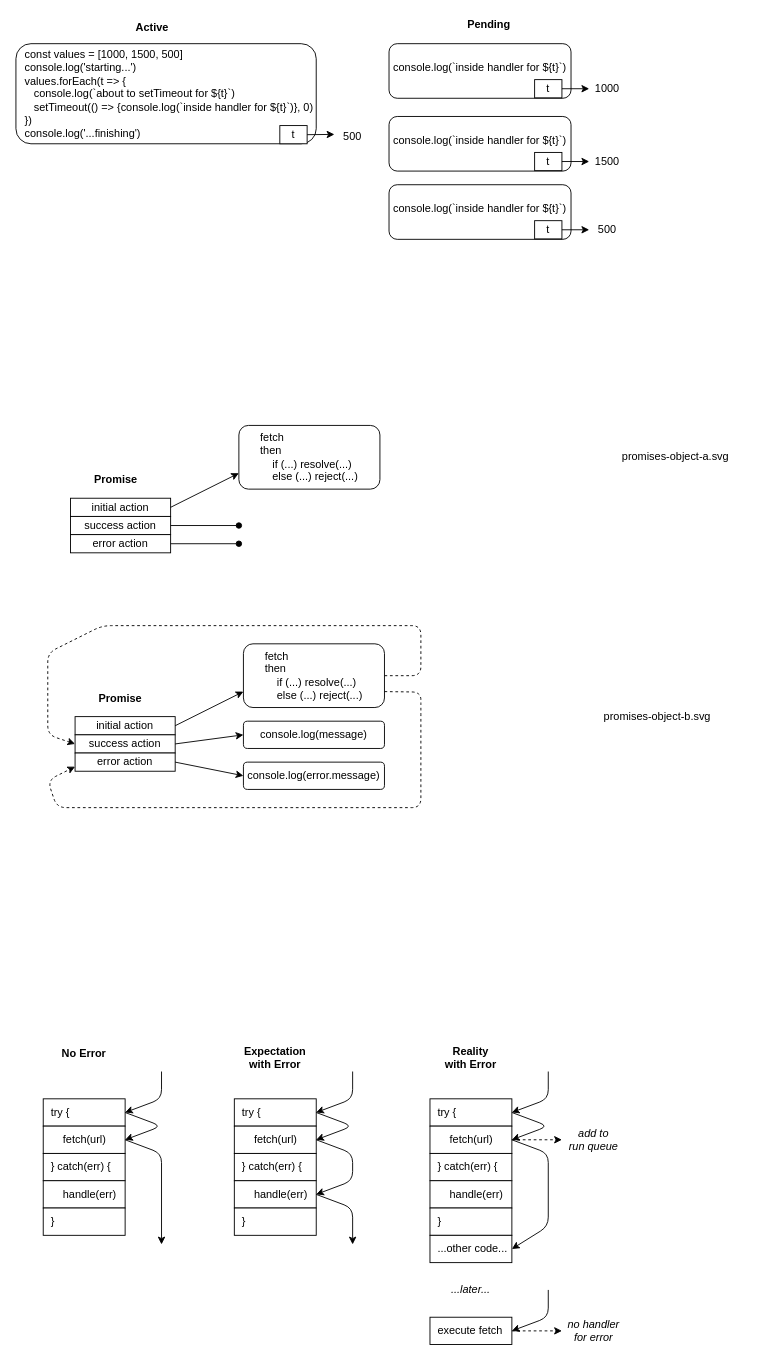
Above: drawio/promises.drawio in software-tools-books/js4ds (draw.io), before the change. Source tidied: cells renumbered, new cells numbered last; positions are measured from the earlier drawing's top-left corner, leaving out a move shared by most shapes. Both pictures are drawn from the tidied source at 91%, with x=0, y=0 at pixel (15, 15).
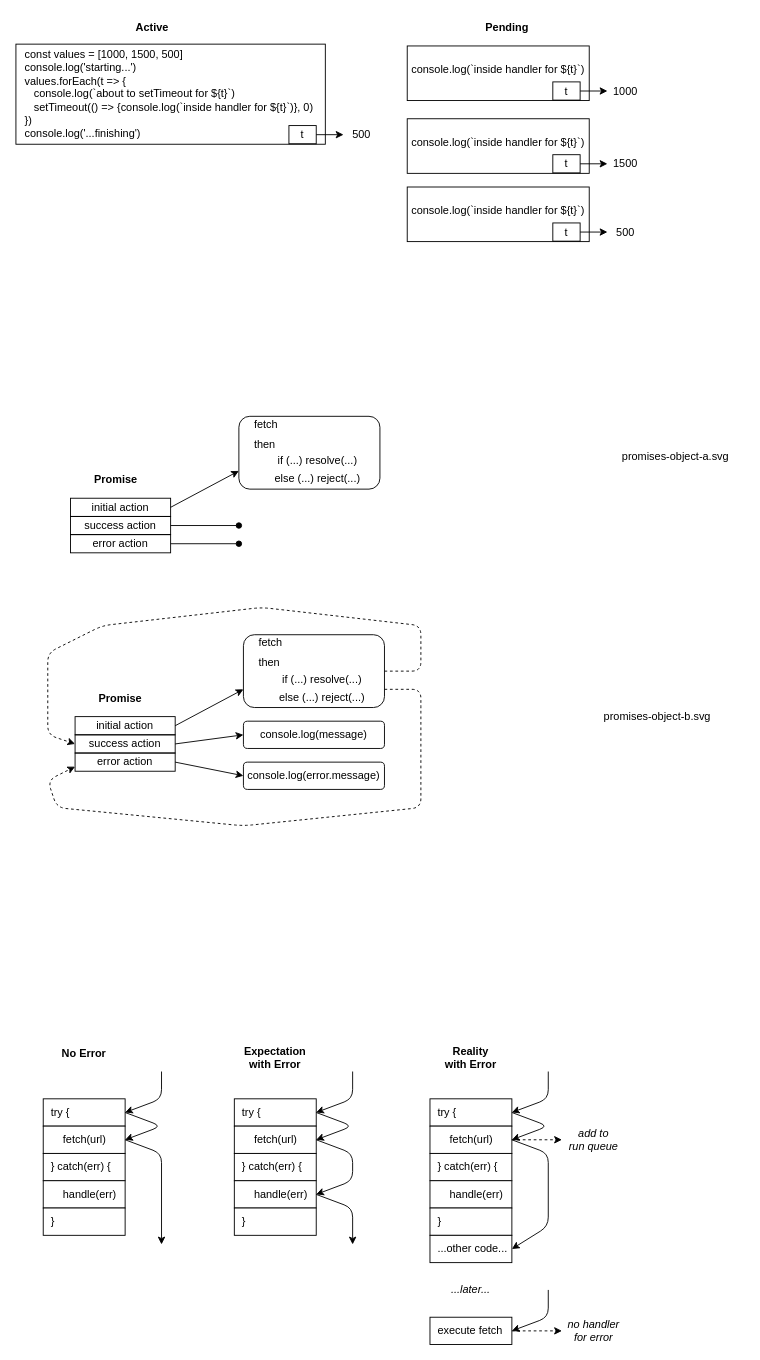
Above is the later version.

Diff of the diagram source:
```diff
@@
-    <mxCell id="2" value="&lt;div style=&quot;text-align: left&quot;&gt;&lt;span&gt;fetch&lt;/span&gt;&lt;/div&gt;&lt;div style=&quot;text-align: left&quot;&gt;&lt;span&gt;then&lt;/span&gt;&lt;/div&gt;&lt;div style=&quot;text-align: left&quot;&gt;&lt;span&gt;&amp;nbsp; &amp;nbsp; if (...) resolve(...)&lt;/span&gt;&lt;/div&gt;&lt;div style=&quot;text-align: left&quot;&gt;&lt;span&gt;&amp;nbsp; &amp;nbsp; else (...) reject(...)&lt;/span&gt;&lt;/div&gt;" style="rounded=1;whiteSpace=wrap;html=1;align=center;" parent="1" vertex="1">
-      <mxGeometry x="245" y="450" width="155" height="70" as="geometry" />
+    <mxCell id="2" value="&lt;div style=&quot;text-align: left&quot;&gt;&lt;br&gt;&lt;/div&gt;" style="rounded=1;whiteSpace=wrap;html=1;align=center;fillColor=none;" parent="1" vertex="1">
+      <mxGeometry x="245" y="440" width="155" height="80" as="geometry" />
     </mxCell>
     <mxCell id="3" value="&lt;b&gt;Pending&lt;/b&gt;" style="text;html=1;strokeColor=none;fillColor=none;align=center;verticalAlign=middle;whiteSpace=wrap;rounded=0;" parent="1" vertex="1">
-      <mxGeometry x="490" width="60" height="20" as="geometry" />
+      <mxGeometry x="510" y="2.5" width="60" height="20" as="geometry" />
     </mxCell>
-    <mxCell id="4" value="   const values = [1000, 1500, 500]&#10;   console.log('starting...')&#10;   values.forEach(t =&gt; {&#10;      console.log(`about to setTimeout for ${t}`)&#10;      setTimeout(() =&gt; {console.log(`inside handler for ${t}`)}, 0)&#10;   })&#10;   console.log('...finishing')" style="rounded=1;whiteSpace=wrap;spacing=0;verticalAlign=top;align=left;" parent="1" vertex="1">
-      <mxGeometry y="30.5" width="330" height="110" as="geometry" />
+    <mxCell id="4" value="   const values = [1000, 1500, 500]&#10;   console.log('starting...')&#10;   values.forEach(t =&gt; {&#10;      console.log(`about to setTimeout for ${t}`)&#10;      setTimeout(() =&gt; {console.log(`inside handler for ${t}`)}, 0)&#10;   })&#10;   console.log('...finishing')" style="rounded=0;whiteSpace=wrap;spacing=0;verticalAlign=top;align=left;fillColor=none;" parent="1" vertex="1">
+      <mxGeometry y="31" width="340" height="110" as="geometry" />
     </mxCell>
@@
-    <mxCell id="6" value="t" style="rounded=0;whiteSpace=wrap;html=1;" parent="1" vertex="1">
-      <mxGeometry x="290" y="120.5" width="30" height="20" as="geometry" />
+    <mxCell id="6" value="t" style="rounded=0;whiteSpace=wrap;html=1;fillColor=none;" parent="1" vertex="1">
+      <mxGeometry x="300" y="120.5" width="30" height="20" as="geometry" />
     </mxCell>
-    <mxCell id="7" style="endArrow=classic;html=1;exitX=1;exitY=0.5;" parent="1" edge="1" source="6">
-      <mxGeometry relative="1" as="geometry">
-        <mxPoint x="350" y="130.2" as="targetPoint" />
-      </mxGeometry>
+    <mxCell id="7" style="endArrow=classic;html=1;exitX=1;exitY=0.5;entryX=0;entryY=0.5;entryDx=0;entryDy=0;" parent="1" edge="1" source="6" target="8">
+      <mxGeometry relative="1" as="geometry" />
     </mxCell>
     <mxCell id="8" value="500" style="text;html=1;strokeColor=none;fillColor=none;align=center;verticalAlign=middle;whiteSpace=wrap;rounded=0;" parent="1" vertex="1">
-      <mxGeometry x="350" y="122.5" width="40" height="20" as="geometry" />
+      <mxGeometry x="360" y="120.5" width="40" height="20" as="geometry" />
     </mxCell>
-    <mxCell id="9" value="&lt;div style=&quot;text-align: center&quot;&gt;&lt;span&gt;initial action&lt;/span&gt;&lt;/div&gt;&lt;div style=&quot;text-align: center&quot;&gt;&lt;/div&gt;" style="rounded=0;whiteSpace=wrap;html=1;align=center;" parent="1" vertex="1">
+    <mxCell id="9" value="&lt;div style=&quot;text-align: center&quot;&gt;&lt;span&gt;initial action&lt;/span&gt;&lt;/div&gt;&lt;div style=&quot;text-align: center&quot;&gt;&lt;/div&gt;" style="rounded=0;whiteSpace=wrap;html=1;align=center;fillColor=none;" parent="1" vertex="1">
       <mxGeometry x="60" y="530" width="110" height="20" as="geometry" />
     </mxCell>
-    <mxCell id="10" value="&lt;div style=&quot;text-align: center&quot;&gt;&lt;span&gt;success action&lt;/span&gt;&lt;/div&gt;&lt;div style=&quot;text-align: center&quot;&gt;&lt;/div&gt;" style="rounded=0;whiteSpace=wrap;html=1;align=center;" parent="1" vertex="1">
+    <mxCell id="10" value="&lt;div style=&quot;text-align: center&quot;&gt;&lt;span&gt;success action&lt;/span&gt;&lt;/div&gt;&lt;div style=&quot;text-align: center&quot;&gt;&lt;/div&gt;" style="rounded=0;whiteSpace=wrap;html=1;align=center;fillColor=none;" parent="1" vertex="1">
       <mxGeometry x="60" y="550" width="110" height="20" as="geometry" />
     </mxCell>
-    <mxCell id="11" value="&lt;div style=&quot;text-align: center&quot;&gt;&lt;span&gt;error action&lt;/span&gt;&lt;/div&gt;&lt;div style=&quot;text-align: center&quot;&gt;&lt;/div&gt;" style="rounded=0;whiteSpace=wrap;html=1;align=center;" parent="1" vertex="1">
+    <mxCell id="11" value="&lt;div style=&quot;text-align: center&quot;&gt;&lt;span&gt;error action&lt;/span&gt;&lt;/div&gt;&lt;div style=&quot;text-align: center&quot;&gt;&lt;/div&gt;" style="rounded=0;whiteSpace=wrap;html=1;align=center;fillColor=none;" parent="1" vertex="1">
       <mxGeometry x="60" y="570" width="110" height="20" as="geometry" />
     </mxCell>
@@
-    <mxCell id="16" value="&lt;div style=&quot;text-align: left&quot;&gt;&lt;span&gt;fetch&lt;/span&gt;&lt;/div&gt;&lt;div style=&quot;text-align: left&quot;&gt;&lt;span&gt;then&lt;/span&gt;&lt;/div&gt;&lt;div style=&quot;text-align: left&quot;&gt;&lt;span&gt;&amp;nbsp; &amp;nbsp; if (...) resolve(...)&lt;/span&gt;&lt;/div&gt;&lt;div style=&quot;text-align: left&quot;&gt;&lt;span&gt;&amp;nbsp; &amp;nbsp; else (...) reject(...)&lt;/span&gt;&lt;/div&gt;" style="rounded=1;whiteSpace=wrap;html=1;align=center;" parent="1" vertex="1">
-      <mxGeometry x="250" y="690" width="155" height="70" as="geometry" />
+    <mxCell id="16" value="&lt;div style=&quot;text-align: left&quot;&gt;&lt;br&gt;&lt;/div&gt;" style="rounded=1;whiteSpace=wrap;html=1;align=center;fillColor=none;" parent="1" vertex="1">
+      <mxGeometry x="250" y="680" width="155" height="80" as="geometry" />
     </mxCell>
-    <mxCell id="17" value="&lt;div style=&quot;text-align: center&quot;&gt;&lt;span&gt;initial action&lt;/span&gt;&lt;/div&gt;&lt;div style=&quot;text-align: center&quot;&gt;&lt;/div&gt;" style="rounded=0;whiteSpace=wrap;html=1;align=center;" parent="1" vertex="1">
+    <mxCell id="17" value="&lt;div style=&quot;text-align: center&quot;&gt;&lt;span&gt;initial action&lt;/span&gt;&lt;/div&gt;&lt;div style=&quot;text-align: center&quot;&gt;&lt;/div&gt;" style="rounded=0;whiteSpace=wrap;html=1;align=center;fillColor=none;" parent="1" vertex="1">
       <mxGeometry x="65" y="770" width="110" height="20" as="geometry" />
     </mxCell>
-    <mxCell id="18" value="&lt;div style=&quot;text-align: center&quot;&gt;&lt;span&gt;success action&lt;/span&gt;&lt;/div&gt;&lt;div style=&quot;text-align: center&quot;&gt;&lt;/div&gt;" style="rounded=0;whiteSpace=wrap;html=1;align=center;" parent="1" vertex="1">
+    <mxCell id="18" value="&lt;div style=&quot;text-align: center&quot;&gt;&lt;span&gt;success action&lt;/span&gt;&lt;/div&gt;&lt;div style=&quot;text-align: center&quot;&gt;&lt;/div&gt;" style="rounded=0;whiteSpace=wrap;html=1;align=center;fillColor=none;" parent="1" vertex="1">
       <mxGeometry x="65" y="790" width="110" height="20" as="geometry" />
     </mxCell>
-    <mxCell id="19" value="&lt;div style=&quot;text-align: center&quot;&gt;&lt;span&gt;error action&lt;/span&gt;&lt;/div&gt;&lt;div style=&quot;text-align: center&quot;&gt;&lt;/div&gt;" style="rounded=0;whiteSpace=wrap;html=1;align=center;" parent="1" vertex="1">
+    <mxCell id="19" value="&lt;div style=&quot;text-align: center&quot;&gt;&lt;span&gt;error action&lt;/span&gt;&lt;/div&gt;&lt;div style=&quot;text-align: center&quot;&gt;&lt;/div&gt;" style="rounded=0;whiteSpace=wrap;html=1;align=center;fillColor=none;" parent="1" vertex="1">
       <mxGeometry x="65" y="810" width="110" height="20" as="geometry" />
     </mxCell>
@@
-    <mxCell id="21" value="console.log(message)" style="rounded=1;whiteSpace=wrap;html=1;align=center;" parent="1" vertex="1">
+    <mxCell id="21" value="console.log(message)" style="rounded=1;whiteSpace=wrap;html=1;align=center;fillColor=none;" parent="1" vertex="1">
       <mxGeometry x="250" y="775" width="155" height="30" as="geometry" />
     </mxCell>
-    <mxCell id="22" value="console.log(error.message)" style="rounded=1;whiteSpace=wrap;html=1;align=center;" parent="1" vertex="1">
+    <mxCell id="22" value="console.log(error.message)" style="rounded=1;whiteSpace=wrap;html=1;align=center;fillColor=none;" parent="1" vertex="1">
       <mxGeometry x="250" y="820" width="155" height="30" as="geometry" />
     </mxCell>
@@
     <mxCell id="26" style="endArrow=classic;html=1;entryX=0;entryY=0.5;exitX=1;exitY=0.5;dashed=1;" parent="1" edge="1" source="16" target="18">
       <mxGeometry relative="1" as="geometry">
         <Array as="points">
-          <mxPoint x="445" y="725" />
+          <mxPoint x="445" y="720" />
           <mxPoint x="445" y="670" />
+          <mxPoint x="270" y="650" />
           <mxPoint x="95" y="670" />
           <mxPoint x="35" y="700" />
           <mxPoint x="35" y="790" />
         </Array>
       </mxGeometry>
     </mxCell>
     <mxCell id="27" style="endArrow=classic;html=1;entryX=0;entryY=0.75;exitX=1;exitY=0.75;dashed=1;" parent="1" edge="1" source="16" target="19">
       <mxGeometry relative="1" as="geometry">
         <Array as="points">
-          <mxPoint x="445" y="743" />
+          <mxPoint x="445" y="740" />
           <mxPoint x="445" y="760" />
           <mxPoint x="445" y="870" />
+          <mxPoint x="250" y="890" />
           <mxPoint x="45" y="870" />
           <mxPoint x="35" y="840" />
         </Array>
       </mxGeometry>
     </mxCell>
@@
-    <mxCell id="30" value="&lt;p&gt;&lt;span&gt;console.log(&lt;/span&gt;&lt;span&gt;`inside handler for ${t}`&lt;/span&gt;&lt;span&gt;)&lt;/span&gt;&lt;/p&gt;" style="rounded=1;whiteSpace=wrap;html=1;verticalAlign=top;" parent="1" vertex="1">
-      <mxGeometry x="410" y="185.5" width="200" height="60" as="geometry" />
+    <mxCell id="30" value="&lt;p&gt;&lt;span&gt;console.log(&lt;/span&gt;&lt;span&gt;`inside handler for ${t}`&lt;/span&gt;&lt;span&gt;)&lt;/span&gt;&lt;/p&gt;" style="rounded=0;whiteSpace=wrap;html=1;verticalAlign=top;fillColor=none;" parent="1" vertex="1">
+      <mxGeometry x="430" y="188" width="200" height="60" as="geometry" />
     </mxCell>
-    <mxCell id="31" value="t" style="rounded=0;whiteSpace=wrap;html=1;" parent="1" vertex="1">
-      <mxGeometry x="570" y="225" width="30" height="20" as="geometry" />
+    <mxCell id="31" value="t" style="rounded=0;whiteSpace=wrap;html=1;fillColor=none;" parent="1" vertex="1">
+      <mxGeometry x="590" y="227.5" width="30" height="20" as="geometry" />
     </mxCell>
@@
     <mxCell id="33" value="500" style="text;html=1;strokeColor=none;fillColor=none;align=center;verticalAlign=middle;whiteSpace=wrap;rounded=0;" parent="1" vertex="1">
-      <mxGeometry x="630" y="225" width="40" height="20" as="geometry" />
+      <mxGeometry x="650" y="227.5" width="40" height="20" as="geometry" />
     </mxCell>
-    <mxCell id="34" value="&lt;p&gt;&lt;span&gt;console.log(&lt;/span&gt;&lt;span&gt;`inside handler for ${t}`&lt;/span&gt;&lt;span&gt;)&lt;/span&gt;&lt;/p&gt;" style="rounded=1;whiteSpace=wrap;html=1;verticalAlign=top;" parent="1" vertex="1">
-      <mxGeometry x="410" y="110.5" width="200" height="60" as="geometry" />
+    <mxCell id="34" value="&lt;p&gt;&lt;span&gt;console.log(&lt;/span&gt;&lt;span&gt;`inside handler for ${t}`&lt;/span&gt;&lt;span&gt;)&lt;/span&gt;&lt;/p&gt;" style="rounded=0;whiteSpace=wrap;html=1;verticalAlign=top;fillColor=none;" parent="1" vertex="1">
+      <mxGeometry x="430" y="113" width="200" height="60" as="geometry" />
     </mxCell>
-    <mxCell id="35" value="t" style="rounded=0;whiteSpace=wrap;html=1;" parent="1" vertex="1">
-      <mxGeometry x="570" y="150" width="30" height="20" as="geometry" />
+    <mxCell id="35" value="t" style="rounded=0;whiteSpace=wrap;html=1;fillColor=none;" parent="1" vertex="1">
+      <mxGeometry x="590" y="152.5" width="30" height="20" as="geometry" />
     </mxCell>
@@
     <mxCell id="37" value="1500" style="text;html=1;strokeColor=none;fillColor=none;align=center;verticalAlign=middle;whiteSpace=wrap;rounded=0;" parent="1" vertex="1">
-      <mxGeometry x="630" y="150" width="40" height="20" as="geometry" />
+      <mxGeometry x="650" y="152.5" width="40" height="20" as="geometry" />
     </mxCell>
-    <mxCell id="38" value="&lt;p&gt;&lt;span&gt;console.log(&lt;/span&gt;&lt;span&gt;`inside handler for ${t}`&lt;/span&gt;&lt;span&gt;)&lt;/span&gt;&lt;/p&gt;" style="rounded=1;whiteSpace=wrap;html=1;verticalAlign=top;" parent="1" vertex="1">
-      <mxGeometry x="410" y="30.5" width="200" height="60" as="geometry" />
+    <mxCell id="38" value="&lt;p&gt;&lt;span&gt;console.log(&lt;/span&gt;&lt;span&gt;`inside handler for ${t}`&lt;/span&gt;&lt;span&gt;)&lt;/span&gt;&lt;/p&gt;" style="rounded=0;whiteSpace=wrap;html=1;verticalAlign=top;fillColor=none;" parent="1" vertex="1">
+      <mxGeometry x="430" y="33" width="200" height="60" as="geometry" />
     </mxCell>
-    <mxCell id="39" value="t" style="rounded=0;whiteSpace=wrap;html=1;" parent="1" vertex="1">
-      <mxGeometry x="570" y="70" width="30" height="20" as="geometry" />
+    <mxCell id="39" value="t" style="rounded=0;whiteSpace=wrap;html=1;fillColor=none;" parent="1" vertex="1">
+      <mxGeometry x="590" y="72.5" width="30" height="20" as="geometry" />
     </mxCell>
@@
     <mxCell id="41" value="1000" style="text;html=1;strokeColor=none;fillColor=none;align=center;verticalAlign=middle;whiteSpace=wrap;rounded=0;" parent="1" vertex="1">
-      <mxGeometry x="630" y="70" width="40" height="20" as="geometry" />
+      <mxGeometry x="650" y="72.5" width="40" height="20" as="geometry" />
     </mxCell>
@@
+    <mxCell id="78" style="group;" parent="1" vertex="1">
+      <mxGeometry x="260" y="440" width="130" height="80" as="geometry" />
+    </mxCell>
+    <mxCell id="79" style="group;" parent="78" vertex="1">
+      <mxGeometry width="130" height="80" as="geometry" />
+    </mxCell>
+    <mxCell id="80" style="group;" parent="79" vertex="1">
+      <mxGeometry width="130" height="80" as="geometry" />
+    </mxCell>
+    <mxCell id="81" value="&lt;div&gt;&lt;span&gt;then&lt;/span&gt;&lt;/div&gt;" style="text;html=1;strokeColor=none;fillColor=none;align=left;verticalAlign=middle;whiteSpace=wrap;rounded=0;" parent="80" vertex="1">
+      <mxGeometry y="21" width="130" height="19" as="geometry" />
+    </mxCell>
+    <mxCell id="82" value="&lt;div style=&quot;text-align: left&quot;&gt;&lt;span&gt;&amp;nbsp; &amp;nbsp; if (...) resolve(...)&lt;/span&gt;&lt;/div&gt;" style="text;html=1;strokeColor=none;fillColor=none;align=center;verticalAlign=middle;whiteSpace=wrap;rounded=0;" parent="80" vertex="1">
+      <mxGeometry y="38" width="130" height="22" as="geometry" />
+    </mxCell>
+    <mxCell id="83" value="&lt;div style=&quot;text-align: left&quot;&gt;&lt;span&gt;&amp;nbsp; &amp;nbsp; else (...) reject(...)&lt;/span&gt;&lt;br&gt;&lt;/div&gt;" style="text;html=1;strokeColor=none;fillColor=none;align=center;verticalAlign=middle;whiteSpace=wrap;rounded=0;" parent="80" vertex="1">
+      <mxGeometry y="58" width="130" height="22" as="geometry" />
+    </mxCell>
+    <mxCell id="84" value="&lt;div&gt;&lt;span&gt;fetch&lt;/span&gt;&lt;/div&gt;" style="text;html=1;strokeColor=none;fillColor=none;align=left;verticalAlign=middle;whiteSpace=wrap;rounded=0;" parent="80" vertex="1">
+      <mxGeometry width="130" height="18" as="geometry" />
+    </mxCell>
+    <mxCell id="85" style="group;" parent="1" vertex="1">
+      <mxGeometry x="265" y="680" width="130" height="80" as="geometry" />
+    </mxCell>
+    <mxCell id="86" style="group;" parent="85" vertex="1">
+      <mxGeometry width="130" height="80" as="geometry" />
+    </mxCell>
+    <mxCell id="87" style="group;" parent="86" vertex="1">
+      <mxGeometry width="130" height="80" as="geometry" />
+    </mxCell>
+    <mxCell id="88" value="&lt;div&gt;&lt;span&gt;then&lt;/span&gt;&lt;/div&gt;" style="text;html=1;strokeColor=none;fillColor=none;align=left;verticalAlign=middle;whiteSpace=wrap;rounded=0;" parent="87" vertex="1">
+      <mxGeometry y="21" width="130" height="19" as="geometry" />
+    </mxCell>
+    <mxCell id="89" value="&lt;div style=&quot;text-align: left&quot;&gt;&lt;span&gt;&amp;nbsp; &amp;nbsp; if (...) resolve(...)&lt;/span&gt;&lt;/div&gt;" style="text;html=1;strokeColor=none;fillColor=none;align=center;verticalAlign=middle;whiteSpace=wrap;rounded=0;" parent="87" vertex="1">
+      <mxGeometry y="38" width="130" height="22" as="geometry" />
+    </mxCell>
+    <mxCell id="90" value="&lt;div style=&quot;text-align: left&quot;&gt;&lt;span&gt;&amp;nbsp; &amp;nbsp; else (...) reject(...)&lt;/span&gt;&lt;br&gt;&lt;/div&gt;" style="text;html=1;strokeColor=none;fillColor=none;align=center;verticalAlign=middle;whiteSpace=wrap;rounded=0;" parent="87" vertex="1">
+      <mxGeometry y="58" width="130" height="22" as="geometry" />
+    </mxCell>
+    <mxCell id="91" value="&lt;div&gt;&lt;span&gt;fetch&lt;/span&gt;&lt;/div&gt;" style="text;html=1;strokeColor=none;fillColor=none;align=left;verticalAlign=middle;whiteSpace=wrap;rounded=0;" parent="87" vertex="1">
+      <mxGeometry width="130" height="18" as="geometry" />
+    </mxCell>
```
